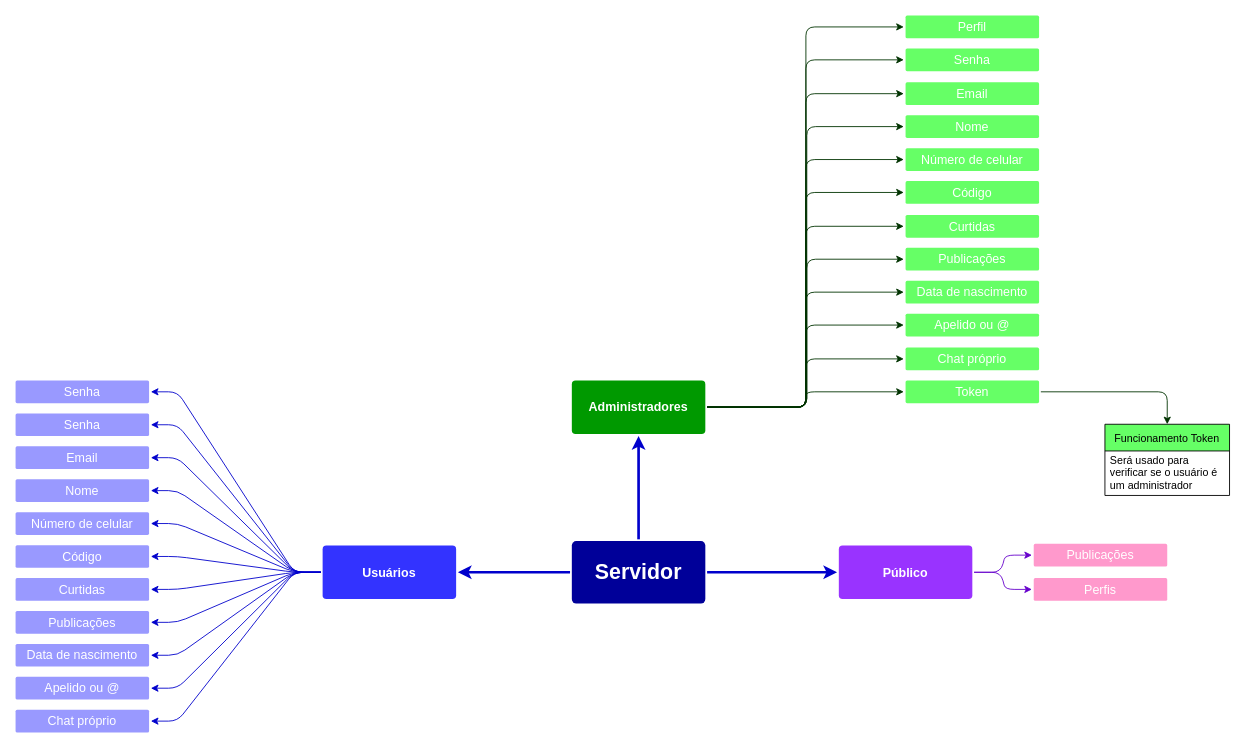
The draw.io diagram Mapa Conceitual/Untitled Diagram.drawio in zululuga/Ecogamma-mapa, before the edit. Source tidied: cells renumbered, new cells numbered last; positions are measured from the earlier drawing's top-left corner, leaving out a move shared by most shapes. Both pictures are drawn from the tidied source at 89%, with x=0, y=0 at pixel (15, 15).
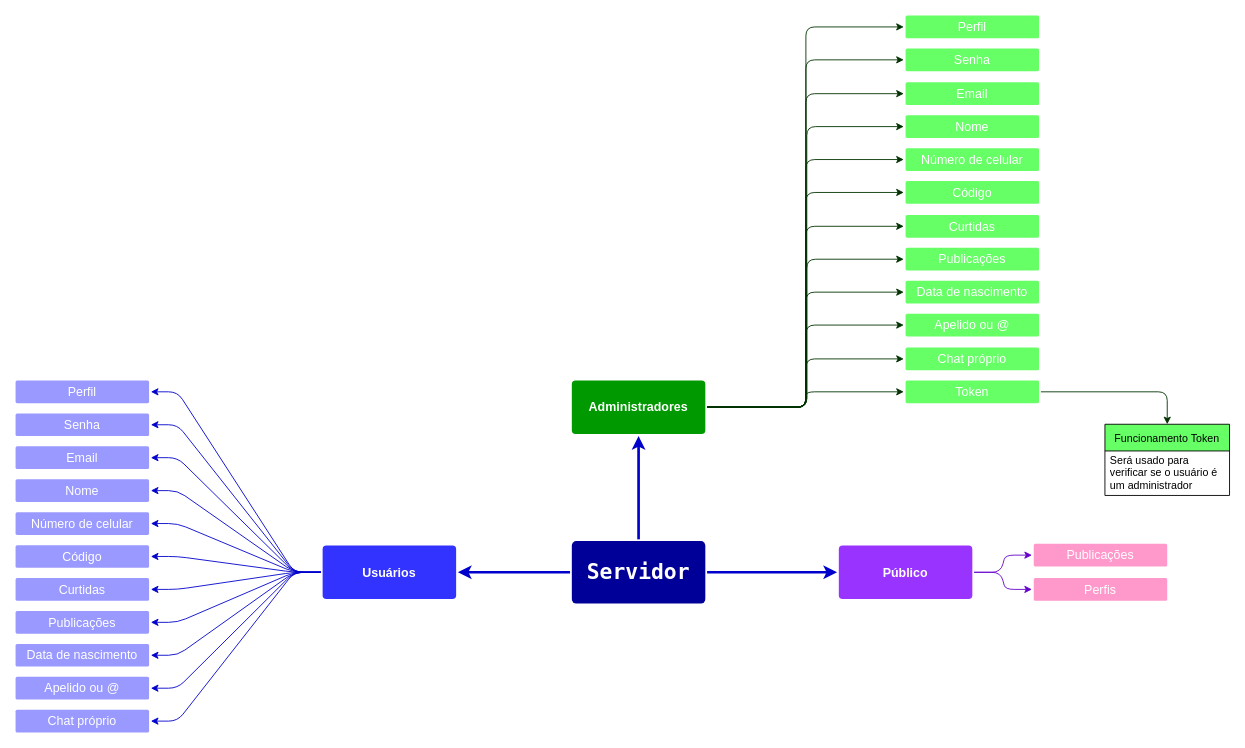
The same diagram, later.

The edit, as a diff of the source:
```diff
@@
-    <mxCell id="5" value="&lt;font style=&quot;font-size: 24px;&quot;&gt;Servidor&lt;/font&gt;" style="rounded=1;whiteSpace=wrap;html=1;shadow=0;labelBackgroundColor=none;strokeColor=none;strokeWidth=3;fillColor=#000099;fontFamily=Helvetica;fontSize=16;fontColor=#FFFFFF;align=center;fontStyle=1;spacing=5;arcSize=7;perimeterSpacing=2;" parent="1" vertex="1">
+    <mxCell id="5" value="&lt;font style=&quot;font-size: 24px;&quot;&gt;Servidor&lt;/font&gt;" style="rounded=1;whiteSpace=wrap;html=1;shadow=0;labelBackgroundColor=none;strokeColor=none;strokeWidth=3;fillColor=#000099;fontFamily=Lucida Console;fontSize=16;fontColor=#FFFFFF;align=center;fontStyle=1;spacing=5;arcSize=7;perimeterSpacing=2;" parent="1" vertex="1">
       <mxGeometry x="625" y="590.5" width="150" height="70" as="geometry" />
     </mxCell>
@@
-    <mxCell id="64" value="Senha" style="rounded=1;whiteSpace=wrap;html=1;shadow=0;labelBackgroundColor=none;strokeColor=none;strokeWidth=3;fillColor=#9999FF;fontFamily=Helvetica;fontSize=14;fontColor=#FFFFFF;align=center;spacing=5;fontStyle=0;arcSize=7;perimeterSpacing=2;" parent="1" vertex="1">
+    <mxCell id="64" value="Perfil" style="rounded=1;whiteSpace=wrap;html=1;shadow=0;labelBackgroundColor=none;strokeColor=none;strokeWidth=3;fillColor=#9999FF;fontFamily=Helvetica;fontSize=14;fontColor=#FFFFFF;align=center;spacing=5;fontStyle=0;arcSize=7;perimeterSpacing=2;" parent="1" vertex="1">
       <mxGeometry y="410" width="150" height="25.5" as="geometry" />
     </mxCell>
```
